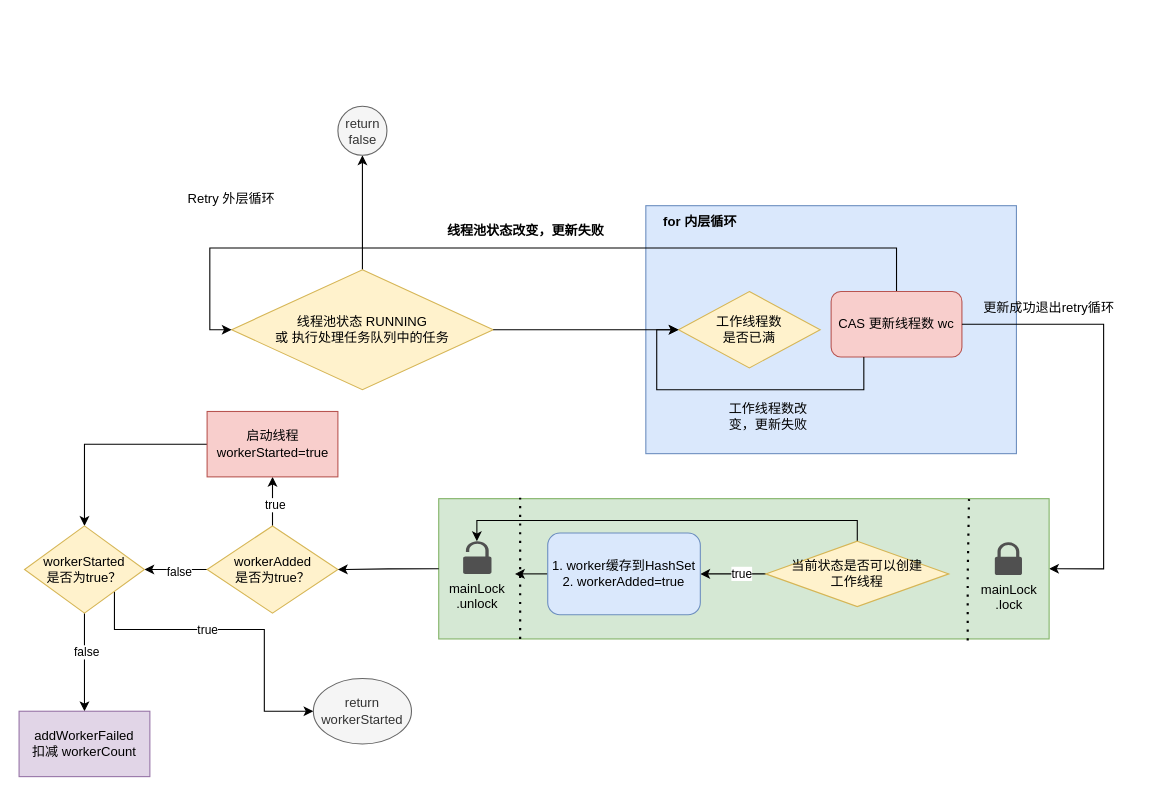
wsxzei/markdown-photos keeps this draw.io diagram as Java线程池 addWorker.drawio. Above is the earlier version. Source tidied: cells renumbered, new cells numbered last; positions are measured from the earlier drawing's top-left corner, leaving out a move shared by most shapes. Both pictures are drawn from the tidied source at 109%, with x=0, y=0 at pixel (19, 106).
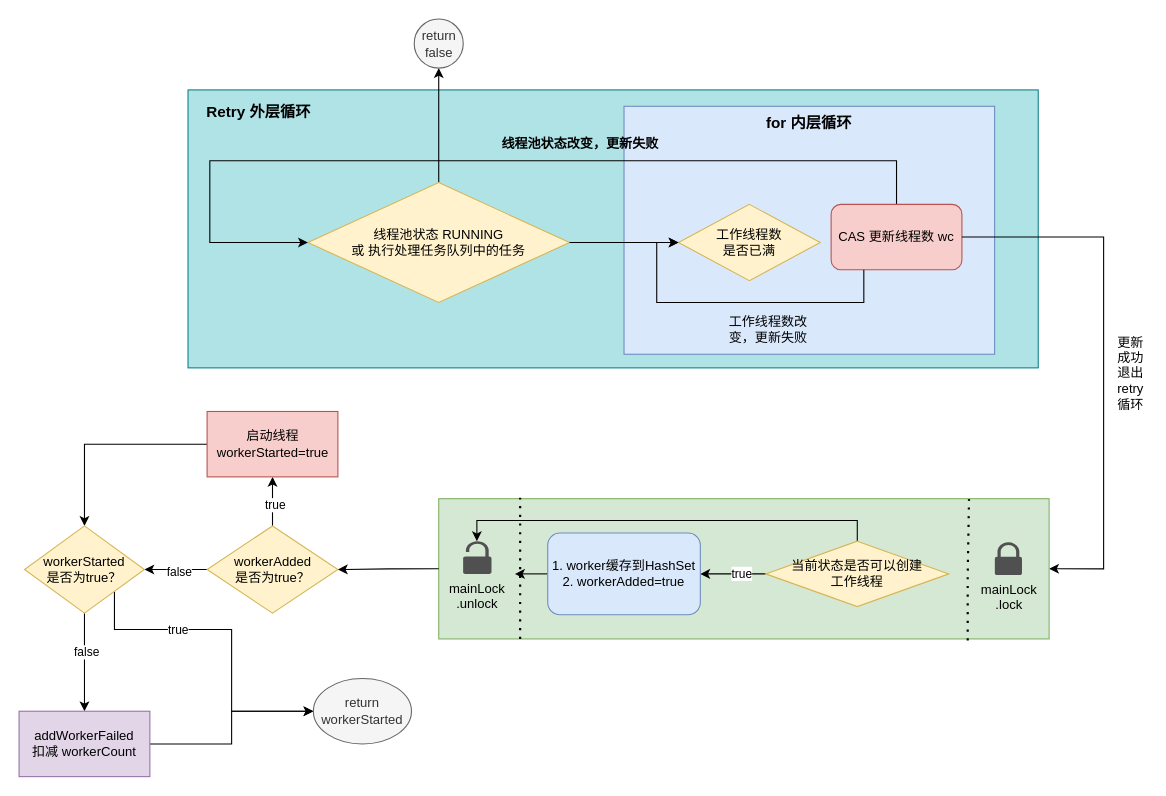
The same diagram, later.

Commit message (it also covers changes not shown here):
更新Java线程池 addWorker.drawio

Unchanged cells that the change refers to:
```xml
<mxCell id="18" style="rounded=0;whiteSpace=wrap;html=1;fillColor=#d5e8d4;strokeColor=#82b366;" parent="17" vertex="1">
  <mxGeometry width="560" height="128.7" as="geometry" />
</mxCell>
<mxCell id="41" value="workerStarted&lt;div&gt;是否为true？&lt;/div&gt;" style="rhombus;whiteSpace=wrap;html=1;fillColor=#fff2cc;strokeColor=#d6b656;" parent="1" vertex="1">
  <mxGeometry x="5" y="385" width="110" height="80" as="geometry" />
</mxCell>
<mxCell id="42" value="addWorkerFailed&lt;div&gt;扣减 workerCount&lt;/div&gt;" style="whiteSpace=wrap;html=1;fillColor=#e1d5e7;strokeColor=#9673a6;" parent="1" vertex="1">
  <mxGeometry y="555" width="120" height="60" as="geometry" />
</mxCell>
<mxCell id="43" value="return&lt;div&gt;workerStarted&lt;/div&gt;" style="ellipse;whiteSpace=wrap;html=1;fillColor=#f5f5f5;fontColor=#333333;strokeColor=#666666;" parent="1" vertex="1">
  <mxGeometry x="270" y="525" width="90" height="60" as="geometry" />
</mxCell>
```

Diff of the diagram source:
```diff
@@
+    <mxCell id="44" style="rounded=0;whiteSpace=wrap;html=1;fillColor=#b0e3e6;strokeColor=#0e8088;" parent="1" vertex="1">
+      <mxGeometry x="155" y="-15" width="780" height="255" as="geometry" />
+    </mxCell>
-    <mxCell id="2" value="Retry 外层循环" style="text;html=1;align=center;verticalAlign=middle;whiteSpace=wrap;rounded=0;" parent="1" vertex="1">
-      <mxGeometry x="145" y="70" width="100" height="30" as="geometry" />
+    <mxCell id="2" value="Retry 外层循环" style="text;html=1;align=center;verticalAlign=middle;whiteSpace=wrap;rounded=0;fontStyle=1;fontSize=14;" parent="1" vertex="1">
+      <mxGeometry x="170" y="-10" width="100" height="30" as="geometry" />
     </mxCell>
@@
     <mxCell id="4" value="线程池状态 RUNNING&lt;div&gt;或 执行处理任务队列中的任务&lt;/div&gt;" style="rhombus;whiteSpace=wrap;html=1;fillColor=#fff2cc;strokeColor=#d6b656;" parent="1" vertex="1">
-      <mxGeometry x="195" y="150" width="240" height="110" as="geometry" />
+      <mxGeometry x="265" y="70" width="240" height="110" as="geometry" />
     </mxCell>
     <mxCell id="5" value="return&lt;div&gt;false&lt;/div&gt;" style="ellipse;whiteSpace=wrap;html=1;fillColor=#f5f5f5;strokeColor=#666666;direction=south;fontColor=#333333;" parent="1" vertex="1">
-      <mxGeometry x="292.5" width="45" height="45" as="geometry" />
+      <mxGeometry x="362.5" y="-80" width="45" height="45" as="geometry" />
     </mxCell>
     <mxCell id="6" style="whiteSpace=wrap;html=1;fillColor=#dae8fc;strokeColor=#6c8ebf;" parent="1" vertex="1">
-      <mxGeometry x="575" y="91.2" width="340" height="227.5" as="geometry" />
+      <mxGeometry x="555" width="340" height="227.5" as="geometry" />
     </mxCell>
-    <mxCell id="7" value="for 内层循环" style="text;html=1;align=center;verticalAlign=middle;whiteSpace=wrap;rounded=0;fontStyle=1;" parent="1" vertex="1">
-      <mxGeometry x="575" y="91.2" width="100" height="30" as="geometry" />
+    <mxCell id="7" value="for 内层循环" style="text;html=1;align=center;verticalAlign=middle;whiteSpace=wrap;rounded=0;fontStyle=1;fontSize=14;" parent="1" vertex="1">
+      <mxGeometry x="675" width="100" height="30" as="geometry" />
     </mxCell>
     <mxCell id="8" value="工作线程数&lt;div&gt;是否已满&lt;/div&gt;" style="rhombus;whiteSpace=wrap;html=1;fillColor=#fff2cc;strokeColor=#d6b656;" parent="1" vertex="1">
-      <mxGeometry x="605" y="170" width="130" height="70" as="geometry" />
+      <mxGeometry x="605" y="90" width="130" height="70" as="geometry" />
     </mxCell>
     <mxCell id="9" style="edgeStyle=orthogonalEdgeStyle;rounded=0;jettySize=auto;html=1;entryX=0;entryY=0.5;entryDx=0;entryDy=0;" parent="1" edge="1" source="10" target="4">
       <mxGeometry relative="1" as="geometry">
         <Array as="points">
-          <mxPoint x="805" y="130" />
-          <mxPoint x="175" y="130" />
-          <mxPoint x="175" y="205" />
+          <mxPoint x="805" y="50" />
+          <mxPoint x="175" y="50" />
+          <mxPoint x="175" y="125" />
         </Array>
       </mxGeometry>
     </mxCell>
     <mxCell id="10" value="CAS 更新线程数 wc" style="rounded=1;whiteSpace=wrap;html=1;fillColor=#f8cecc;strokeColor=#b85450;" parent="1" vertex="1">
-      <mxGeometry x="745" y="170" width="120" height="60" as="geometry" />
+      <mxGeometry x="745" y="90" width="120" height="60" as="geometry" />
     </mxCell>
     <mxCell id="11" style="endArrow=classic;html=1;rounded=0;exitX=1;exitY=0.5;exitDx=0;exitDy=0;entryX=1;entryY=0.5;entryDx=0;entryDy=0;edgeStyle=orthogonalEdgeStyle;" parent="1" edge="1" source="10" target="18">
       <mxGeometry relative="1" as="geometry">
         <Array as="points">
-          <mxPoint x="995" y="200" />
+          <mxPoint x="995" y="120" />
           <mxPoint x="995" y="424" />
         </Array>
       </mxGeometry>
     </mxCell>
     <mxCell id="12" value="更新成功退出retry循环" style="text;html=1;align=center;verticalAlign=middle;whiteSpace=wrap;rounded=0;" parent="1" vertex="1">
-      <mxGeometry x="875" y="170" width="140" height="30" as="geometry" />
+      <mxGeometry x="1005" y="170" width="30" height="150" as="geometry" />
     </mxCell>
     <mxCell id="13" style="endArrow=classic;html=1;rounded=0;exitX=0.25;exitY=1;exitDx=0;exitDy=0;entryX=0;entryY=0.5;entryDx=0;entryDy=0;edgeStyle=orthogonalEdgeStyle;" parent="1" edge="1" source="10" target="8">
       <mxGeometry relative="1" as="geometry">
         <Array as="points">
-          <mxPoint x="775" y="260" />
-          <mxPoint x="585" y="260" />
-          <mxPoint x="585" y="205" />
+          <mxPoint x="775" y="180" />
+          <mxPoint x="585" y="180" />
+          <mxPoint x="585" y="125" />
         </Array>
       </mxGeometry>
     </mxCell>
     <mxCell id="14" value="工作线程数改变，更新失败" style="text;html=1;align=center;verticalAlign=middle;whiteSpace=wrap;rounded=0;" parent="1" vertex="1">
-      <mxGeometry x="640" y="270" width="95" height="30" as="geometry" />
+      <mxGeometry x="640" y="190" width="95" height="30" as="geometry" />
     </mxCell>
     <mxCell id="15" value="线程池状态改变，更新失败" style="text;html=1;align=center;verticalAlign=middle;whiteSpace=wrap;rounded=0;fontStyle=1;" parent="1" vertex="1">
-      <mxGeometry x="385" y="100" width="160" height="30" as="geometry" />
+      <mxGeometry x="435" y="20" width="160" height="30" as="geometry" />
     </mxCell>
@@
     <mxCell id="39" style="edgeStyle=orthogonalEdgeStyle;rounded=0;jettySize=auto;html=1;exitX=1;exitY=1;exitDx=0;exitDy=0;entryX=0;entryY=0.5;entryDx=0;entryDy=0;" parent="1" edge="1" source="41" target="43">
       <mxGeometry relative="1" as="geometry">
         <Array as="points">
           <mxPoint x="88" y="480" />
-          <mxPoint x="225" y="480" />
-          <mxPoint x="225" y="555" />
+          <mxPoint x="195" y="480" />
+          <mxPoint x="195" y="555" />
         </Array>
       </mxGeometry>
     </mxCell>
     <mxCell id="40" value="true" style="edgeLabel;html=1;align=center;verticalAlign=middle;" parent="39" vertex="1">
       <mxGeometry x="-0.15" y="-3" relative="1" as="geometry">
-        <mxPoint x="-4" y="-3" as="offset" />
+        <mxPoint x="-31" y="-3" as="offset" />
       </mxGeometry>
     </mxCell>
@@
+    <mxCell id="45" style="edgeStyle=orthogonalEdgeStyle;rounded=0;jettySize=auto;html=1;entryX=0;entryY=0.5;entryDx=0;entryDy=0;" parent="1" edge="1" source="42" target="43">
+      <mxGeometry relative="1" as="geometry" />
+    </mxCell>
```
